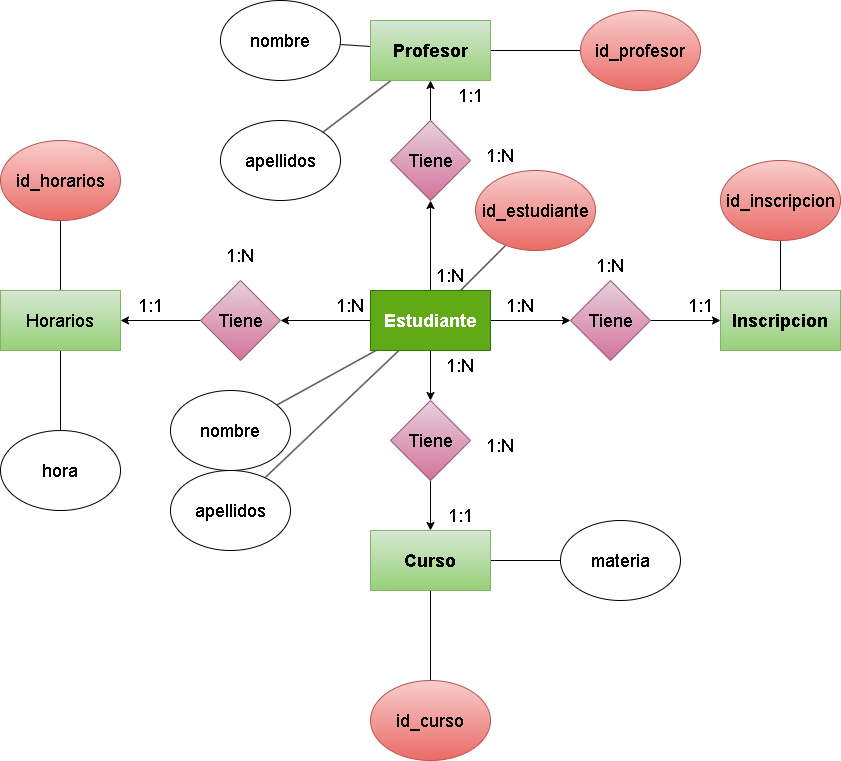
Before: Normalizacion/img/Ejercicio05.drawio.png, a diagram exported from draw.io (Darkoscurito/Base-de-datos). Source tidied: cells renumbered, new cells last; positions are measured from the earlier drawing's top-left corner, leaving out a move shared by most shapes.
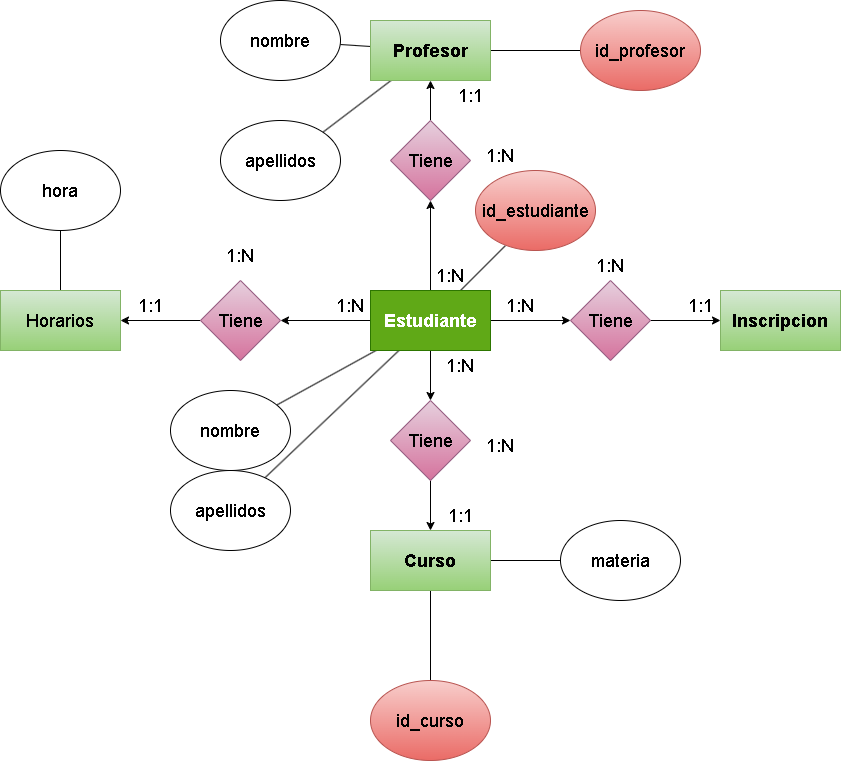
The same file after the commit.

Diff of the diagram source:
```diff
@@ -32,9 +32,6 @@
     <mxCell id="11" value="Tiene" style="rhombus;whiteSpace=wrap;html=1;fontSize=18;fillColor=#e6d0de;gradientColor=#d5739d;strokeColor=#996185;" parent="1" vertex="1">
       <mxGeometry x="570" y="280" width="80" height="80" as="geometry" />
     </mxCell>
-    <mxCell id="12" style="edgeStyle=none;html=1;entryX=0.5;entryY=1;entryDx=0;entryDy=0;fontSize=18;endArrow=none;endFill=0;" parent="1" edge="1" source="13" target="27">
-      <mxGeometry relative="1" as="geometry" />
-    </mxCell>
     <mxCell id="13" value="&lt;b&gt;&lt;font style=&quot;font-size: 18px;&quot;&gt;Inscripcion&lt;/font&gt;&lt;/b&gt;" style="rounded=0;whiteSpace=wrap;html=1;fillColor=#d5e8d4;gradientColor=#97d077;strokeColor=#82b366;" parent="1" vertex="1">
       <mxGeometry x="720" y="290" width="120" height="60" as="geometry" />
     </mxCell>
@@ -77,9 +74,6 @@
     <mxCell id="26" value="1:1" style="text;html=1;strokeColor=none;fillColor=none;align=center;verticalAlign=middle;whiteSpace=wrap;rounded=0;fontSize=18;" parent="1" vertex="1">
       <mxGeometry x="670" y="290" width="60" height="30" as="geometry" />
     </mxCell>
-    <mxCell id="27" value="id_inscripcion" style="ellipse;whiteSpace=wrap;html=1;fontSize=18;fillColor=#f8cecc;gradientColor=#ea6b66;strokeColor=#b85450;" parent="1" vertex="1">
-      <mxGeometry x="720" y="160" width="120" height="80" as="geometry" />
-    </mxCell>
     <mxCell id="28" value="id_estudiante" style="ellipse;whiteSpace=wrap;html=1;fontSize=18;fillColor=#f8cecc;gradientColor=#ea6b66;strokeColor=#b85450;" parent="1" vertex="1">
       <mxGeometry x="475" y="170" width="120" height="80" as="geometry" />
     </mxCell>
@@ -110,20 +104,14 @@
     <mxCell id="37" value="Tiene" style="rhombus;whiteSpace=wrap;html=1;fontSize=18;fillColor=#e6d0de;gradientColor=#d5739d;strokeColor=#996185;" parent="1" vertex="1">
       <mxGeometry x="200" y="280" width="80" height="80" as="geometry" />
     </mxCell>
-    <mxCell id="38" style="edgeStyle=none;html=1;fontSize=18;endArrow=none;endFill=0;" parent="1" edge="1" source="40" target="41">
-      <mxGeometry relative="1" as="geometry" />
-    </mxCell>
     <mxCell id="39" style="edgeStyle=none;html=1;fontSize=18;endArrow=none;endFill=0;" parent="1" edge="1" source="40" target="42">
       <mxGeometry relative="1" as="geometry" />
     </mxCell>
     <mxCell id="40" value="Horarios" style="rounded=0;whiteSpace=wrap;html=1;fontSize=18;fillColor=#d5e8d4;gradientColor=#97d077;strokeColor=#82b366;" parent="1" vertex="1">
       <mxGeometry y="290" width="120" height="60" as="geometry" />
     </mxCell>
-    <mxCell id="41" value="id_horarios" style="ellipse;whiteSpace=wrap;html=1;fontSize=18;fillColor=#f8cecc;gradientColor=#ea6b66;strokeColor=#b85450;" parent="1" vertex="1">
-      <mxGeometry y="140" width="120" height="80" as="geometry" />
-    </mxCell>
     <mxCell id="42" value="hora" style="ellipse;whiteSpace=wrap;html=1;fontSize=18;" parent="1" vertex="1">
-      <mxGeometry y="430" width="120" height="80" as="geometry" />
+      <mxGeometry y="150" width="120" height="80" as="geometry" />
     </mxCell>
     <mxCell id="43" value="1:N" style="text;html=1;strokeColor=none;fillColor=none;align=center;verticalAlign=middle;whiteSpace=wrap;rounded=0;fontSize=18;" parent="1" vertex="1">
       <mxGeometry x="430" y="350" width="60" height="30" as="geometry" />
```
